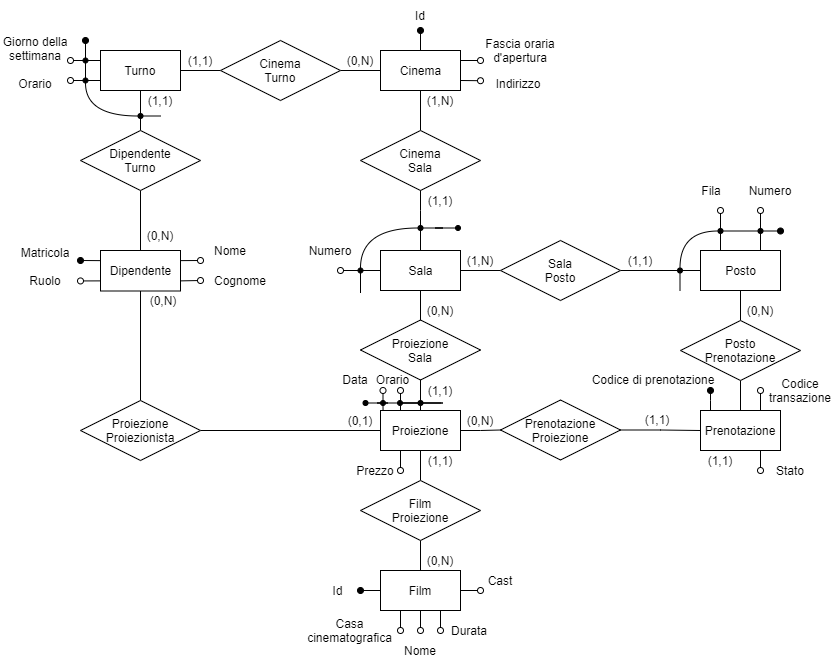
The draw.io diagram docs/media/er_diagrams/restructuration.png in buracchi/cinema-management-system, before a commit. Source tidied: cells renumbered, new cells last; positions are measured from the earlier drawing's top-left corner, leaving out a move shared by most shapes.
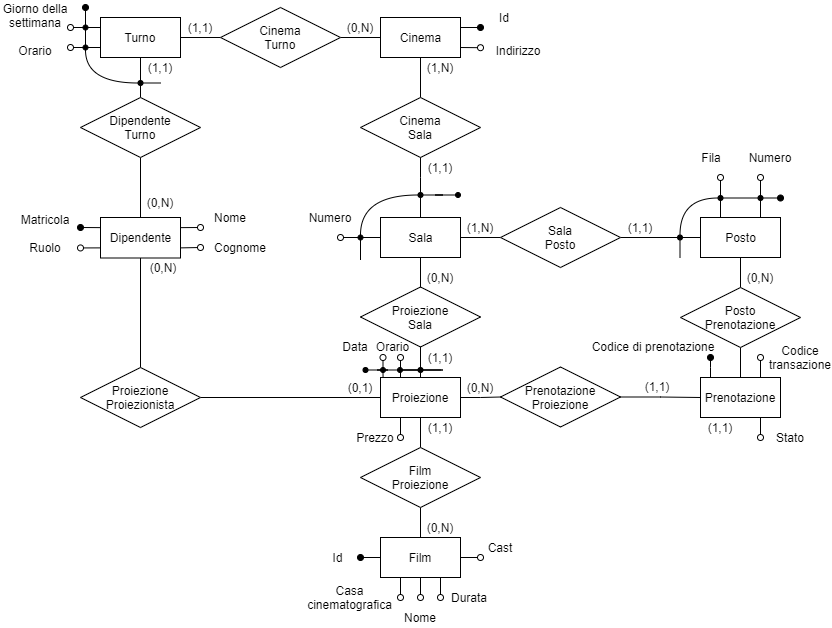
After the commit.

The edit, as a diff of the source:
```diff
@@ -5,16 +5,11 @@
     <mxCell id="2" style="jettySize=auto;html=1;exitX=0.5;exitY=1;exitDx=0;exitDy=0;entryX=0.5;entryY=0;entryDx=0;entryDy=0;endArrow=none;endFill=0;sketch=0;edgeStyle=orthogonalEdgeStyle;" parent="1" edge="1" source="6" target="11">
       <mxGeometry relative="1" as="geometry" />
     </mxCell>
-    <mxCell id="3" style="edgeStyle=orthogonalEdgeStyle;jettySize=auto;html=1;endArrow=oval;endFill=0;sketch=0;rounded=0;exitX=1;exitY=0.25;exitDx=0;exitDy=0;" parent="1" edge="1" source="6">
+    <mxCell id="3" style="edgeStyle=orthogonalEdgeStyle;jettySize=auto;html=1;endArrow=oval;endFill=1;sketch=0;rounded=0;exitX=1;exitY=0.25;exitDx=0;exitDy=0;" parent="1" edge="1" source="6">
       <mxGeometry relative="1" as="geometry">
         <mxPoint x="480" y="60" as="targetPoint" />
       </mxGeometry>
     </mxCell>
-    <mxCell id="4" style="edgeStyle=none;rounded=0;jettySize=auto;html=1;endArrow=oval;endFill=1;strokeColor=#000000;fillColor=#FFFFFF;" parent="1" edge="1" source="6">
-      <mxGeometry relative="1" as="geometry">
-        <mxPoint x="420" y="30" as="targetPoint" />
-      </mxGeometry>
-    </mxCell>
     <mxCell id="5" style="edgeStyle=none;rounded=0;jettySize=auto;html=1;exitX=1;exitY=0.75;exitDx=0;exitDy=0;endArrow=oval;endFill=0;strokeColor=#000000;fillColor=#FFFFFF;" parent="1" edge="1" source="6">
       <mxGeometry relative="1" as="geometry">
         <mxPoint x="480" y="80.2" as="targetPoint" />
@@ -60,8 +55,8 @@
     <mxCell id="16" value="Posto" style="html=1;sketch=0;" parent="1" vertex="1">
       <mxGeometry x="700" y="250" width="80" height="40" as="geometry" />
     </mxCell>
-    <mxCell id="17" value="Fascia oraria d'apertura" style="text;html=1;strokeColor=none;fillColor=none;align=center;verticalAlign=middle;whiteSpace=wrap;sketch=0;" parent="1" vertex="1">
-      <mxGeometry x="480" y="40" width="80" height="20" as="geometry" />
+    <mxCell id="17" value="Id" style="text;html=1;strokeColor=none;fillColor=none;align=center;verticalAlign=middle;whiteSpace=wrap;sketch=0;" parent="1" vertex="1">
+      <mxGeometry x="488.8" y="40" width="30" height="20" as="geometry" />
     </mxCell>
     <mxCell id="18" value="Numero" style="text;html=1;strokeColor=none;fillColor=none;align=center;verticalAlign=middle;whiteSpace=wrap;sketch=0;" parent="1" vertex="1">
       <mxGeometry x="310" y="240" width="40" height="20" as="geometry" />
@@ -384,9 +379,6 @@
     <mxCell id="109" value="Id" style="text;html=1;strokeColor=none;fillColor=none;align=center;verticalAlign=middle;whiteSpace=wrap;sketch=0;" parent="1" vertex="1">
       <mxGeometry x="325" y="579.5" width="25" height="20" as="geometry" />
     </mxCell>
-    <mxCell id="110" value="Id" style="text;html=1;strokeColor=none;fillColor=none;align=center;verticalAlign=middle;whiteSpace=wrap;rounded=0;" parent="1" vertex="1">
-      <mxGeometry x="410" width="20" height="30" as="geometry" />
-    </mxCell>
     <mxCell id="111" value="Indirizzo" style="text;html=1;strokeColor=none;fillColor=none;align=center;verticalAlign=middle;whiteSpace=wrap;sketch=0;" parent="1" vertex="1">
       <mxGeometry x="488.8" y="72.5" width="57.5" height="20" as="geometry" />
     </mxCell>
```
